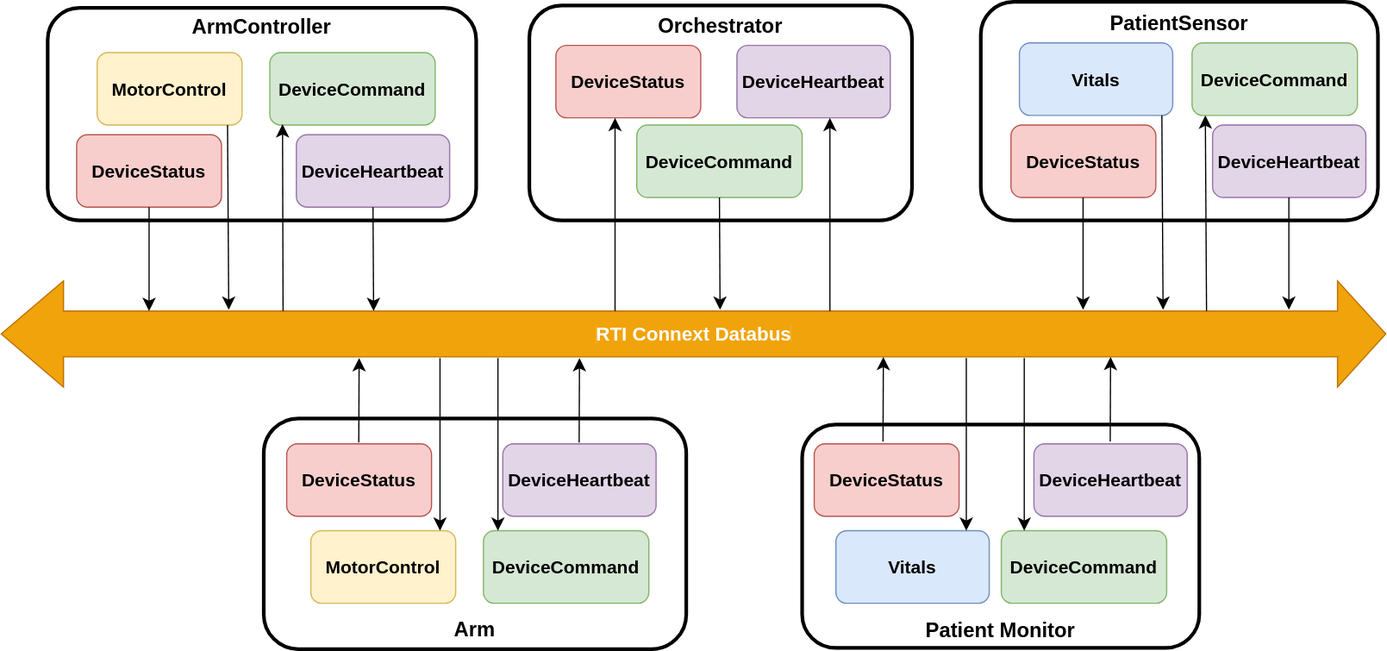
Above: resource/images/module-01-diagram-digital-OR.svg in rticommunity/rticonnextdds-medtech-reference-architecture (draw.io), before the change. Source tidied: cells renumbered, new cells last; positions are measured from the earlier drawing's top-left corner, leaving out a move shared by most shapes.
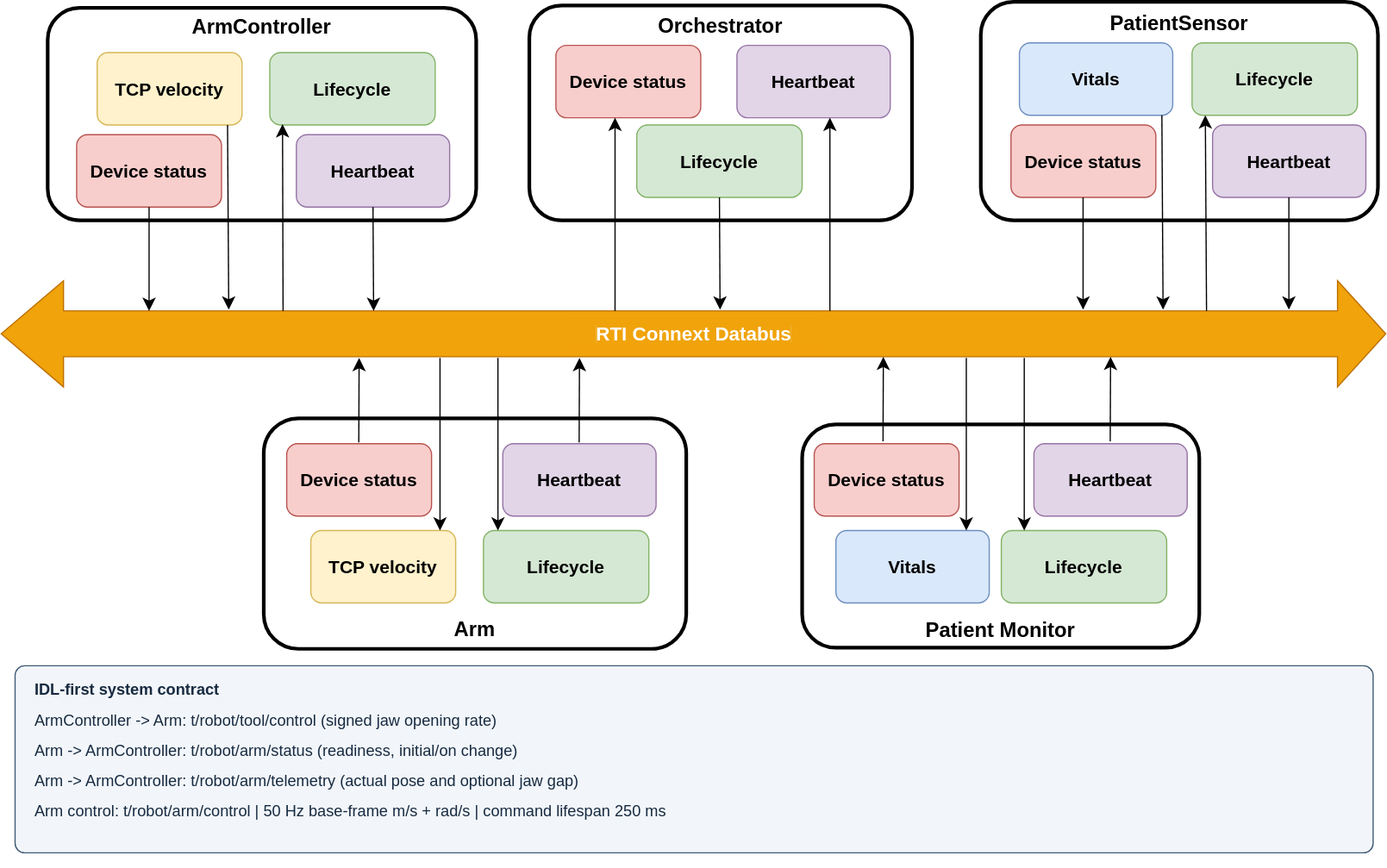
After the commit.

Change to the diagram source:
```diff
@@ -23,61 +23,61 @@
         <mxPoint x="1148" y="275" as="targetPoint" />
       </mxGeometry>
     </mxCell>
-    <mxCell id="8" value="&lt;b&gt;&lt;font style=&quot;font-size: 15px;&quot;&gt;DeviceStatus&lt;/font&gt;&lt;/b&gt;" style="rounded=1;whiteSpace=wrap;html=1;fillColor=#f8cecc;strokeColor=#b85450;" parent="1" vertex="1">
+    <mxCell id="8" value="&lt;b&gt;&lt;font style=&quot;font-size: 15px;&quot;&gt;Device status&lt;/font&gt;&lt;/b&gt;" style="rounded=1;whiteSpace=wrap;html=1;fillColor=#f8cecc;strokeColor=#b85450;" parent="1" vertex="1">
       <mxGeometry x="237" y="366" width="120" height="60" as="geometry" />
     </mxCell>
-    <mxCell id="9" value="&lt;b&gt;&lt;font style=&quot;font-size: 15px;&quot;&gt;DeviceHeartbeat&lt;/font&gt;&lt;/b&gt;" style="rounded=1;whiteSpace=wrap;html=1;fillColor=#e1d5e7;strokeColor=#9673a6;" parent="1" vertex="1">
+    <mxCell id="9" value="&lt;b&gt;&lt;font style=&quot;font-size: 15px;&quot;&gt;Heartbeat&lt;/font&gt;&lt;/b&gt;" style="rounded=1;whiteSpace=wrap;html=1;fillColor=#e1d5e7;strokeColor=#9673a6;" parent="1" vertex="1">
       <mxGeometry x="416" y="366" width="127" height="60" as="geometry" />
     </mxCell>
-    <mxCell id="10" value="&lt;b&gt;&lt;font style=&quot;font-size: 15px;&quot;&gt;MotorControl&lt;/font&gt;&lt;/b&gt;" style="rounded=1;whiteSpace=wrap;html=1;fillColor=#fff2cc;strokeColor=#d6b656;" parent="1" vertex="1">
+    <mxCell id="10" value="&lt;b&gt;&lt;font style=&quot;font-size: 15px;&quot;&gt;TCP velocity&lt;/font&gt;&lt;/b&gt;" style="rounded=1;whiteSpace=wrap;html=1;fillColor=#fff2cc;strokeColor=#d6b656;" parent="1" vertex="1">
       <mxGeometry x="257" y="438" width="120" height="60" as="geometry" />
     </mxCell>
-    <mxCell id="11" value="&lt;b&gt;&lt;font style=&quot;font-size: 15px;&quot;&gt;DeviceCommand&lt;/font&gt;&lt;/b&gt;" style="rounded=1;whiteSpace=wrap;html=1;fillColor=#d5e8d4;strokeColor=#82b366;" parent="1" vertex="1">
+    <mxCell id="11" value="&lt;b&gt;&lt;font style=&quot;font-size: 15px;&quot;&gt;Lifecycle&lt;/font&gt;&lt;/b&gt;" style="rounded=1;whiteSpace=wrap;html=1;fillColor=#d5e8d4;strokeColor=#82b366;" parent="1" vertex="1">
       <mxGeometry x="400" y="438" width="137" height="60" as="geometry" />
     </mxCell>
-    <mxCell id="12" value="&lt;b&gt;&lt;font style=&quot;font-size: 15px;&quot;&gt;DeviceStatus&lt;/font&gt;&lt;/b&gt;" style="rounded=1;whiteSpace=wrap;html=1;fillColor=#f8cecc;strokeColor=#b85450;" parent="1" vertex="1">
+    <mxCell id="12" value="&lt;b&gt;&lt;font style=&quot;font-size: 15px;&quot;&gt;Device status&lt;/font&gt;&lt;/b&gt;" style="rounded=1;whiteSpace=wrap;html=1;fillColor=#f8cecc;strokeColor=#b85450;" parent="1" vertex="1">
       <mxGeometry x="63" y="110" width="120" height="60" as="geometry" />
     </mxCell>
-    <mxCell id="13" value="&lt;b&gt;&lt;font style=&quot;font-size: 15px;&quot;&gt;DeviceHeartbeat&lt;/font&gt;&lt;/b&gt;" style="rounded=1;whiteSpace=wrap;html=1;fillColor=#e1d5e7;strokeColor=#9673a6;" parent="1" vertex="1">
+    <mxCell id="13" value="&lt;b&gt;&lt;font style=&quot;font-size: 15px;&quot;&gt;Heartbeat&lt;/font&gt;&lt;/b&gt;" style="rounded=1;whiteSpace=wrap;html=1;fillColor=#e1d5e7;strokeColor=#9673a6;" parent="1" vertex="1">
       <mxGeometry x="245" y="110" width="127" height="60" as="geometry" />
     </mxCell>
-    <mxCell id="14" value="&lt;b&gt;&lt;font style=&quot;font-size: 15px;&quot;&gt;MotorControl&lt;/font&gt;&lt;/b&gt;" style="rounded=1;whiteSpace=wrap;html=1;fillColor=#fff2cc;strokeColor=#d6b656;" parent="1" vertex="1">
+    <mxCell id="14" value="&lt;b&gt;&lt;font style=&quot;font-size: 15px;&quot;&gt;TCP velocity&lt;/font&gt;&lt;/b&gt;" style="rounded=1;whiteSpace=wrap;html=1;fillColor=#fff2cc;strokeColor=#d6b656;" parent="1" vertex="1">
       <mxGeometry x="80" y="42" width="120" height="60" as="geometry" />
     </mxCell>
-    <mxCell id="15" value="&lt;b&gt;&lt;font style=&quot;font-size: 15px;&quot;&gt;DeviceCommand&lt;/font&gt;&lt;/b&gt;" style="rounded=1;whiteSpace=wrap;html=1;fillColor=#d5e8d4;strokeColor=#82b366;" parent="1" vertex="1">
+    <mxCell id="15" value="&lt;b&gt;&lt;font style=&quot;font-size: 15px;&quot;&gt;Lifecycle&lt;/font&gt;&lt;/b&gt;" style="rounded=1;whiteSpace=wrap;html=1;fillColor=#d5e8d4;strokeColor=#82b366;" parent="1" vertex="1">
       <mxGeometry x="223" y="42" width="137" height="60" as="geometry" />
     </mxCell>
-    <mxCell id="16" value="&lt;b&gt;&lt;font style=&quot;font-size: 15px;&quot;&gt;DeviceCommand&lt;/font&gt;&lt;/b&gt;" style="rounded=1;whiteSpace=wrap;html=1;fillColor=#d5e8d4;strokeColor=#82b366;" parent="1" vertex="1">
+    <mxCell id="16" value="&lt;b&gt;&lt;font style=&quot;font-size: 15px;&quot;&gt;Lifecycle&lt;/font&gt;&lt;/b&gt;" style="rounded=1;whiteSpace=wrap;html=1;fillColor=#d5e8d4;strokeColor=#82b366;" parent="1" vertex="1">
       <mxGeometry x="527" y="102" width="137" height="60" as="geometry" />
     </mxCell>
-    <mxCell id="17" value="&lt;b&gt;&lt;font style=&quot;font-size: 15px;&quot;&gt;DeviceStatus&lt;/font&gt;&lt;/b&gt;" style="rounded=1;whiteSpace=wrap;html=1;fillColor=#f8cecc;strokeColor=#b85450;" parent="1" vertex="1">
+    <mxCell id="17" value="&lt;b&gt;&lt;font style=&quot;font-size: 15px;&quot;&gt;Device status&lt;/font&gt;&lt;/b&gt;" style="rounded=1;whiteSpace=wrap;html=1;fillColor=#f8cecc;strokeColor=#b85450;" parent="1" vertex="1">
       <mxGeometry x="460" y="36" width="120" height="60" as="geometry" />
     </mxCell>
-    <mxCell id="18" value="&lt;b&gt;&lt;font style=&quot;font-size: 15px;&quot;&gt;DeviceHeartbeat&lt;/font&gt;&lt;/b&gt;" style="rounded=1;whiteSpace=wrap;html=1;fillColor=#e1d5e7;strokeColor=#9673a6;" parent="1" vertex="1">
+    <mxCell id="18" value="&lt;b&gt;&lt;font style=&quot;font-size: 15px;&quot;&gt;Heartbeat&lt;/font&gt;&lt;/b&gt;" style="rounded=1;whiteSpace=wrap;html=1;fillColor=#e1d5e7;strokeColor=#9673a6;" parent="1" vertex="1">
       <mxGeometry x="610" y="36" width="127" height="60" as="geometry" />
     </mxCell>
-    <mxCell id="19" value="&lt;b&gt;&lt;font style=&quot;font-size: 15px;&quot;&gt;DeviceStatus&lt;/font&gt;&lt;/b&gt;" style="rounded=1;whiteSpace=wrap;html=1;fillColor=#f8cecc;strokeColor=#b85450;" parent="1" vertex="1">
+    <mxCell id="19" value="&lt;b&gt;&lt;font style=&quot;font-size: 15px;&quot;&gt;Device status&lt;/font&gt;&lt;/b&gt;" style="rounded=1;whiteSpace=wrap;html=1;fillColor=#f8cecc;strokeColor=#b85450;" parent="1" vertex="1">
       <mxGeometry x="837" y="102" width="120" height="60" as="geometry" />
     </mxCell>
-    <mxCell id="20" value="&lt;b&gt;&lt;font style=&quot;font-size: 15px;&quot;&gt;DeviceHeartbeat&lt;/font&gt;&lt;/b&gt;" style="rounded=1;whiteSpace=wrap;html=1;fillColor=#e1d5e7;strokeColor=#9673a6;" parent="1" vertex="1">
+    <mxCell id="20" value="&lt;b&gt;&lt;font style=&quot;font-size: 15px;&quot;&gt;Heartbeat&lt;/font&gt;&lt;/b&gt;" style="rounded=1;whiteSpace=wrap;html=1;fillColor=#e1d5e7;strokeColor=#9673a6;" parent="1" vertex="1">
       <mxGeometry x="1004" y="102" width="127" height="60" as="geometry" />
     </mxCell>
     <mxCell id="21" value="&lt;b&gt;&lt;font style=&quot;font-size: 15px;&quot;&gt;Vitals&lt;/font&gt;&lt;/b&gt;" style="rounded=1;whiteSpace=wrap;html=1;fillColor=#dae8fc;strokeColor=#6c8ebf;" parent="1" vertex="1">
       <mxGeometry x="844" y="34" width="127" height="60" as="geometry" />
     </mxCell>
-    <mxCell id="22" value="&lt;b&gt;&lt;font style=&quot;font-size: 15px;&quot;&gt;DeviceCommand&lt;/font&gt;&lt;/b&gt;" style="rounded=1;whiteSpace=wrap;html=1;fillColor=#d5e8d4;strokeColor=#82b366;" parent="1" vertex="1">
+    <mxCell id="22" value="&lt;b&gt;&lt;font style=&quot;font-size: 15px;&quot;&gt;Lifecycle&lt;/font&gt;&lt;/b&gt;" style="rounded=1;whiteSpace=wrap;html=1;fillColor=#d5e8d4;strokeColor=#82b366;" parent="1" vertex="1">
       <mxGeometry x="987" y="34" width="137" height="60" as="geometry" />
     </mxCell>
-    <mxCell id="23" value="&lt;b&gt;&lt;font style=&quot;font-size: 15px;&quot;&gt;DeviceStatus&lt;/font&gt;&lt;/b&gt;" style="rounded=1;whiteSpace=wrap;html=1;fillColor=#f8cecc;strokeColor=#b85450;" parent="1" vertex="1">
+    <mxCell id="23" value="&lt;b&gt;&lt;font style=&quot;font-size: 15px;&quot;&gt;Device status&lt;/font&gt;&lt;/b&gt;" style="rounded=1;whiteSpace=wrap;html=1;fillColor=#f8cecc;strokeColor=#b85450;" parent="1" vertex="1">
       <mxGeometry x="674" y="366" width="120" height="60" as="geometry" />
     </mxCell>
-    <mxCell id="24" value="&lt;b&gt;&lt;font style=&quot;font-size: 15px;&quot;&gt;DeviceHeartbeat&lt;/font&gt;&lt;/b&gt;" style="rounded=1;whiteSpace=wrap;html=1;fillColor=#e1d5e7;strokeColor=#9673a6;" parent="1" vertex="1">
+    <mxCell id="24" value="&lt;b&gt;&lt;font style=&quot;font-size: 15px;&quot;&gt;Heartbeat&lt;/font&gt;&lt;/b&gt;" style="rounded=1;whiteSpace=wrap;html=1;fillColor=#e1d5e7;strokeColor=#9673a6;" parent="1" vertex="1">
       <mxGeometry x="856" y="366" width="127" height="60" as="geometry" />
     </mxCell>
     <mxCell id="25" value="&lt;b&gt;&lt;font style=&quot;font-size: 15px;&quot;&gt;Vitals&lt;/font&gt;&lt;/b&gt;" style="rounded=1;whiteSpace=wrap;html=1;fillColor=#dae8fc;strokeColor=#6c8ebf;" parent="1" vertex="1">
       <mxGeometry x="692" y="438" width="127" height="60" as="geometry" />
     </mxCell>
-    <mxCell id="26" value="&lt;b&gt;&lt;font style=&quot;font-size: 15px;&quot;&gt;DeviceCommand&lt;/font&gt;&lt;/b&gt;" style="rounded=1;whiteSpace=wrap;html=1;fillColor=#d5e8d4;strokeColor=#82b366;" parent="1" vertex="1">
+    <mxCell id="26" value="&lt;b&gt;&lt;font style=&quot;font-size: 15px;&quot;&gt;Lifecycle&lt;/font&gt;&lt;/b&gt;" style="rounded=1;whiteSpace=wrap;html=1;fillColor=#d5e8d4;strokeColor=#82b366;" parent="1" vertex="1">
       <mxGeometry x="829" y="438" width="137" height="60" as="geometry" />
     </mxCell>
     <mxCell id="27" style="endArrow=classic;html=1;rounded=0;fontSize=12;startSize=8;endSize=8;exitX=0.5;exitY=1;exitDx=0;exitDy=0;" parent="1" edge="1" source="12">
@@ -196,5 +196,8 @@
     <mxCell id="47" style="rounded=0;whiteSpace=wrap;html=1;strokeColor=#F0A30A;fillColor=#F0A30A;" parent="1" vertex="1">
       <mxGeometry x="471" y="283" width="216" height="5" as="geometry" />
     </mxCell>
+    <mxCell id="48" value="&lt;b&gt;IDL-first system contract&lt;/b&gt;&lt;br&gt;ArmController -&amp;gt; Arm: t/robot/tool/control (signed jaw opening rate)&lt;br&gt;Arm -&amp;gt; ArmController: t/robot/arm/status (readiness, initial/on change)&lt;br&gt;Arm -&amp;gt; ArmController: t/robot/arm/telemetry (actual pose and optional jaw gap)&lt;br&gt;Arm control: t/robot/arm/control | 50 Hz base-frame m/s + rad/s | command lifespan 250 ms" style="rounded=1;whiteSpace=wrap;html=1;align=left;spacing=12;fillColor=#ffffff;strokeColor=#405a75;" parent="1" vertex="1">
+      <mxGeometry x="115" y="560" width="1117" height="150" as="geometry" />
+    </mxCell>
   </root>
 </mxGraphModel>
```
